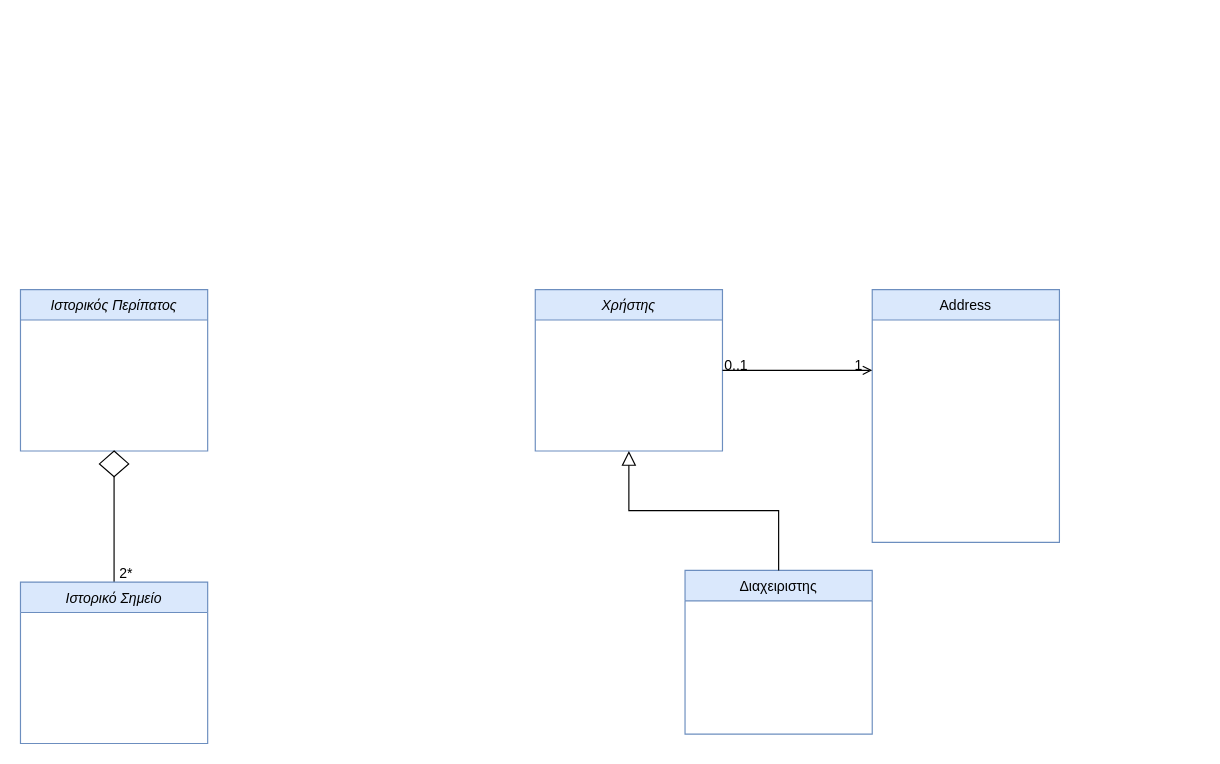
Earlier version of the draw.io diagram NOTES/TL-2024-domain-model-v0.1.drawio (Nektar24/software-engineering). Source tidied: cells renumbered, new cells numbered last; positions are measured from the earlier drawing's top-left corner, leaving out a move shared by most shapes. Both pictures are drawn from the tidied source at 117%, with x=0, y=0 at pixel (20, 289).
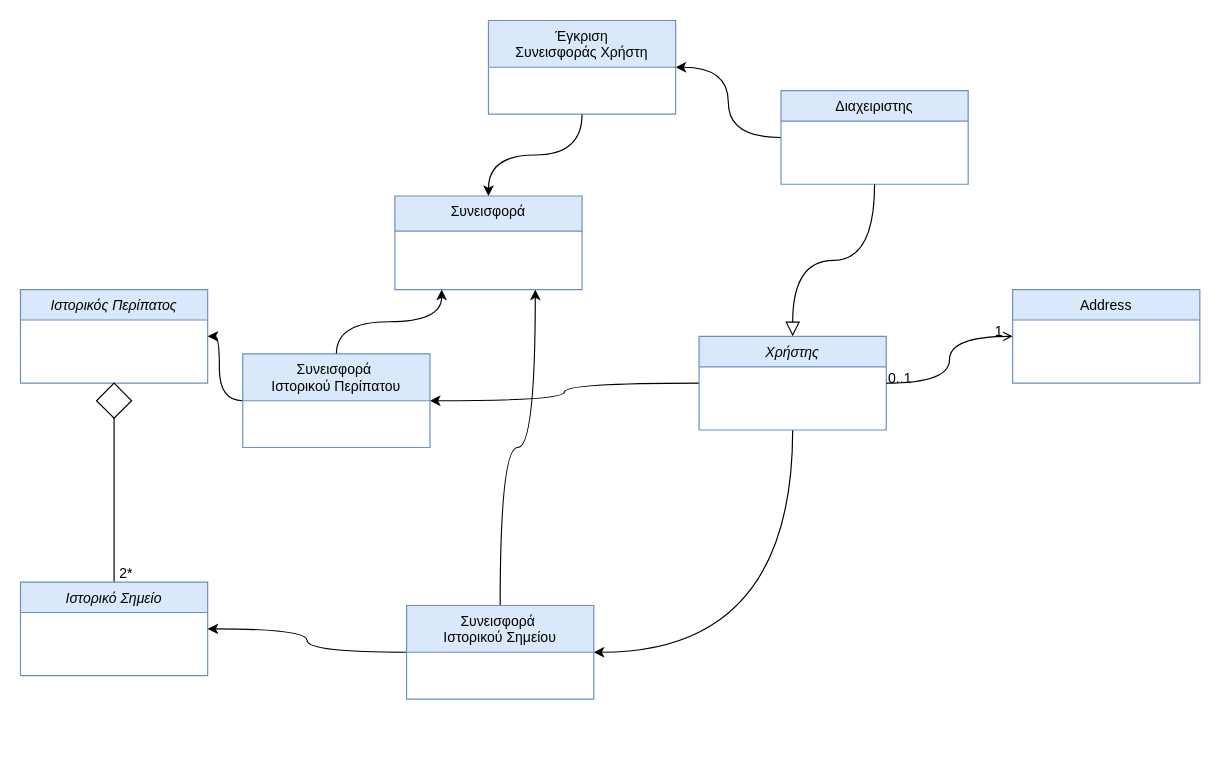
After the change.

Commit message:
domain model changes

What changed in the source:
```diff
@@
+    <mxCell id="14" style="edgeStyle=orthogonalEdgeStyle;rounded=0;jettySize=auto;html=1;exitX=0;exitY=0.5;exitDx=0;exitDy=0;entryX=1;entryY=0.5;entryDx=0;entryDy=0;elbow=vertical;curved=1;" parent="1" edge="1" source="2" target="19">
+      <mxGeometry relative="1" as="geometry" />
+    </mxCell>
+    <mxCell id="15" style="edgeStyle=orthogonalEdgeStyle;curved=1;rounded=0;jettySize=auto;html=1;exitX=0.5;exitY=1;exitDx=0;exitDy=0;entryX=1;entryY=0.5;entryDx=0;entryDy=0;strokeColor=default;align=center;verticalAlign=middle;fontFamily=Helvetica;fontSize=11;fontColor=default;labelBackgroundColor=default;elbow=vertical;endArrow=classic;" parent="1" edge="1" source="2" target="22">
+      <mxGeometry relative="1" as="geometry" />
+    </mxCell>
     <mxCell id="2" value="Χρήστης" style="swimlane;fontStyle=2;align=center;verticalAlign=top;horizontal=1;startSize=26;rounded=0;shadow=0;strokeWidth=1;fillColor=#dae8fc;strokeColor=#6c8ebf;" parent="1" vertex="1">
-      <mxGeometry x="440" width="160" height="138" as="geometry" />
+      <mxGeometry x="580" y="40" width="160" height="80" as="geometry" />
     </mxCell>
+    <mxCell id="16" style="edgeStyle=orthogonalEdgeStyle;rounded=0;jettySize=auto;html=1;exitX=0;exitY=0.5;exitDx=0;exitDy=0;entryX=1;entryY=0.5;entryDx=0;entryDy=0;elbow=vertical;curved=1;" parent="1" edge="1" source="3" target="24">
+      <mxGeometry relative="1" as="geometry" />
+    </mxCell>
     <mxCell id="3" value="Διαχειριστης" style="swimlane;fontStyle=0;align=center;verticalAlign=top;horizontal=1;startSize=26;rounded=0;shadow=0;strokeWidth=1;fillColor=#dae8fc;strokeColor=#6c8ebf;" parent="1" vertex="1">
-      <mxGeometry x="568" y="240" width="160" height="140" as="geometry" />
+      <mxGeometry x="650" y="-170" width="160" height="80" as="geometry" />
     </mxCell>
-    <mxCell id="4" style="endArrow=block;endSize=10;endFill=0;shadow=0;strokeWidth=1;rounded=0;curved=0;edgeStyle=elbowEdgeStyle;elbow=vertical;" parent="1" edge="1" source="3" target="2">
+    <mxCell id="4" style="endArrow=block;endSize=10;endFill=0;shadow=0;strokeWidth=1;rounded=0;curved=1;edgeStyle=orthogonalEdgeStyle;elbow=vertical;" parent="1" edge="1" source="3" target="2">
       <mxGeometry relative="1" as="geometry" />
     </mxCell>
     <mxCell id="5" value="Address" style="swimlane;fontStyle=0;align=center;verticalAlign=top;horizontal=1;startSize=26;rounded=0;shadow=0;strokeWidth=1;fillColor=#dae8fc;strokeColor=#6c8ebf;" parent="1" vertex="1">
-      <mxGeometry x="728" width="160" height="216" as="geometry" />
+      <mxGeometry x="848" width="160" height="80" as="geometry" />
     </mxCell>
-    <mxCell id="6" style="endArrow=open;shadow=0;strokeWidth=1;rounded=0;curved=0;endFill=1;edgeStyle=elbowEdgeStyle;elbow=vertical;" parent="1" edge="1" source="2" target="5">
+    <mxCell id="6" style="endArrow=open;shadow=0;strokeWidth=1;rounded=0;curved=1;endFill=1;edgeStyle=orthogonalEdgeStyle;elbow=vertical;" parent="1" edge="1" source="2" target="5">
       <mxGeometry x="0.5" y="41" relative="1" as="geometry">
         <mxPoint x="-40" y="32" as="offset" />
       </mxGeometry>
     </mxCell>
@@
     <mxCell id="9" value="Ιστορικός Περίπατος" style="swimlane;fontStyle=2;align=center;verticalAlign=top;horizontal=1;startSize=26;rounded=0;shadow=0;strokeWidth=1;fillColor=#dae8fc;strokeColor=#6c8ebf;" parent="1" vertex="1">
-      <mxGeometry width="160" height="138" as="geometry" />
+      <mxGeometry width="160" height="80" as="geometry" />
     </mxCell>
-    <mxCell id="10" style="edgeStyle=orthogonalEdgeStyle;rounded=0;jettySize=auto;html=1;exitX=0.5;exitY=0;exitDx=0;exitDy=0;entryX=0.5;entryY=1;entryDx=0;entryDy=0;" parent="1" edge="1" source="11" target="9">
+    <mxCell id="10" style="edgeStyle=orthogonalEdgeStyle;rounded=0;jettySize=auto;html=1;exitX=0.5;exitY=0;exitDx=0;exitDy=0;entryX=0.5;entryY=1;entryDx=0;entryDy=0;curved=1;" parent="1" edge="1" source="11" target="9">
       <mxGeometry relative="1" as="geometry" />
     </mxCell>
     <mxCell id="11" value="Ιστορικό Σημείο" style="swimlane;fontStyle=2;align=center;verticalAlign=top;horizontal=1;startSize=26;rounded=0;shadow=0;strokeWidth=1;fillColor=#dae8fc;strokeColor=#6c8ebf;" parent="1" vertex="1">
-      <mxGeometry y="250" width="160" height="138" as="geometry" />
+      <mxGeometry y="250" width="160" height="80" as="geometry" />
     </mxCell>
+    <mxCell id="13" value="2*" style="text;html=1;align=center;verticalAlign=middle;strokeColor=none;fillColor=none;" parent="1" vertex="1">
+      <mxGeometry x="75" y="228" width="30" height="30" as="geometry" />
+    </mxCell>
+    <mxCell id="17" style="edgeStyle=orthogonalEdgeStyle;rounded=0;jettySize=auto;html=1;exitX=0;exitY=0.5;exitDx=0;exitDy=0;entryX=1;entryY=0.5;entryDx=0;entryDy=0;elbow=vertical;curved=1;" parent="1" edge="1" source="19" target="9">
+      <mxGeometry relative="1" as="geometry" />
+    </mxCell>
+    <mxCell id="18" style="edgeStyle=orthogonalEdgeStyle;rounded=0;jettySize=auto;html=1;exitX=0.5;exitY=0;exitDx=0;exitDy=0;entryX=0.25;entryY=1;entryDx=0;entryDy=0;elbow=vertical;curved=1;" parent="1" edge="1" source="19" target="25">
+      <mxGeometry relative="1" as="geometry" />
+    </mxCell>
+    <mxCell id="19" value="Συνεισφορά &#10;Ιστορικού Περίπατου" style="swimlane;fontStyle=0;align=center;verticalAlign=top;horizontal=1;startSize=40;rounded=0;shadow=0;strokeWidth=1;fillColor=#dae8fc;strokeColor=#6c8ebf;glass=0;gradientColor=none;swimlaneFillColor=none;noLabel=0;labelPadding=0;swimlaneLine=1;fillStyle=auto;" parent="1" vertex="1">
+      <mxGeometry x="190" y="55" width="160" height="80" as="geometry" />
+    </mxCell>
     <mxCell id="12" style="rhombus;whiteSpace=wrap;html=1;" parent="1" vertex="1">
-      <mxGeometry x="67.5" y="138" width="25" height="22" as="geometry" />
+      <mxGeometry x="65" y="80" width="30" height="30" as="geometry" />
     </mxCell>
-    <mxCell id="13" value="2*" style="text;html=1;align=center;verticalAlign=middle;strokeColor=none;fillColor=none;" parent="1" vertex="1">
-      <mxGeometry x="75" y="228" width="30" height="30" as="geometry" />
-    </mxCell>
+    <mxCell id="20" style="edgeStyle=orthogonalEdgeStyle;rounded=0;jettySize=auto;html=1;exitX=0;exitY=0.5;exitDx=0;exitDy=0;entryX=1;entryY=0.5;entryDx=0;entryDy=0;elbow=vertical;curved=1;" parent="1" edge="1" source="22" target="11">
+      <mxGeometry relative="1" as="geometry" />
+    </mxCell>
+    <mxCell id="21" style="edgeStyle=orthogonalEdgeStyle;rounded=0;jettySize=auto;html=1;exitX=0.5;exitY=0;exitDx=0;exitDy=0;elbow=vertical;entryX=0.75;entryY=1;entryDx=0;entryDy=0;curved=1;" parent="1" edge="1" source="22" target="25">
+      <mxGeometry relative="1" as="geometry" />
+    </mxCell>
+    <mxCell id="22" value="Συνεισφορά &#10;Ιστορικού Σημείου" style="swimlane;fontStyle=0;align=center;verticalAlign=top;horizontal=1;startSize=40;rounded=0;shadow=0;strokeWidth=1;fillColor=#dae8fc;strokeColor=#6c8ebf;glass=0;gradientColor=none;swimlaneFillColor=none;noLabel=0;labelPadding=0;swimlaneLine=1;fillStyle=auto;" parent="1" vertex="1">
+      <mxGeometry x="330" y="270" width="160" height="80" as="geometry" />
+    </mxCell>
+    <mxCell id="23" style="edgeStyle=orthogonalEdgeStyle;rounded=0;jettySize=auto;html=1;exitX=0.5;exitY=1;exitDx=0;exitDy=0;entryX=0.5;entryY=0;entryDx=0;entryDy=0;elbow=vertical;curved=1;" parent="1" edge="1" source="24" target="25">
+      <mxGeometry relative="1" as="geometry" />
+    </mxCell>
+    <mxCell id="24" value="Έγκριση&#10;Συνεισφοράς Χρήστη" style="swimlane;fontStyle=0;align=center;verticalAlign=top;horizontal=1;startSize=40;rounded=0;shadow=0;strokeWidth=1;fillColor=#dae8fc;strokeColor=#6c8ebf;" parent="1" vertex="1">
+      <mxGeometry x="400" y="-230" width="160" height="80" as="geometry" />
+    </mxCell>
+    <mxCell id="25" value="Συνεισφορά" style="swimlane;fontStyle=0;align=center;verticalAlign=top;horizontal=1;startSize=30;rounded=0;shadow=0;strokeWidth=1;fillColor=#dae8fc;strokeColor=#6c8ebf;" parent="1" vertex="1">
+      <mxGeometry x="320" y="-80" width="160" height="80" as="geometry" />
+    </mxCell>
```
